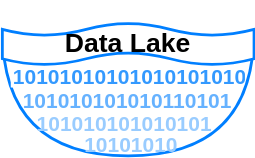
lizhebio/doc-ANNOVAR keeps this draw.io diagram as datalake.svg. Above is the earlier version. Source tidied: cells renumbered, new cells last; positions are measured from the earlier drawing's top-left corner, leaving out a move shared by most shapes.
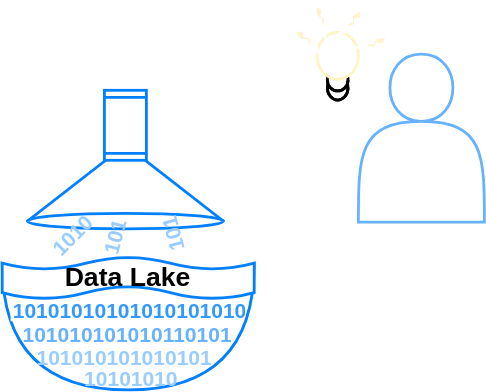
Above is the later version.

The edit, as a diff of the source:
```diff
@@ -2,6 +2,9 @@
   <root>
     <mxCell id="0" />
     <mxCell id="1" parent="0" />
+    <mxCell id="11" style="verticalLabelPosition=bottom;verticalAlign=top;html=1;shape=mxgraph.basic.cone;fontSize=19;fontColor=#66B2FF;strokeColor=#007FFF;strokeWidth=2;" parent="1" vertex="1">
+      <mxGeometry x="18" y="-80" width="140" height="60" as="geometry" />
+    </mxCell>
     <mxCell id="2" style="group;" parent="1" vertex="1">
       <mxGeometry width="180" height="95" as="geometry" />
     </mxCell>
@@ -29,5 +32,44 @@
     <mxCell id="10" value="&lt;h4&gt;&lt;b&gt;&lt;font style=&quot;font-size: 19px;&quot; color=&quot;#000000&quot;&gt;Data Lake&lt;/font&gt;&lt;/b&gt;&lt;/h4&gt;" style="text;html=1;strokeColor=none;fillColor=none;align=center;verticalAlign=middle;whiteSpace=wrap;rounded=0;fontSize=15;fontColor=#3399FF;" parent="2" vertex="1">
       <mxGeometry x="37" width="106" height="30" as="geometry" />
     </mxCell>
+    <mxCell id="12" style="shape=process;whiteSpace=wrap;html=1;backgroundOutline=1;fontSize=19;fontColor=#66B2FF;strokeColor=#007FFF;strokeWidth=2;direction=south;" parent="1" vertex="1">
+      <mxGeometry x="73" y="-119" width="30" height="50" as="geometry" />
+    </mxCell>
+    <mxCell id="13" value="&lt;h1&gt;&lt;font color=&quot;#99ccff&quot; style=&quot;font-size: 15px;&quot;&gt;1010&lt;/font&gt;&lt;/h1&gt;" style="text;html=1;strokeColor=none;fillColor=none;spacing=5;spacingTop=-20;whiteSpace=wrap;overflow=hidden;rounded=0;rotation=-45;" parent="1" vertex="1">
+      <mxGeometry x="22.7" y="-36.7" width="48" height="30" as="geometry" />
+    </mxCell>
+    <mxCell id="14" value="&lt;h1&gt;&lt;font color=&quot;#99ccff&quot; style=&quot;font-size: 15px;&quot;&gt;101&lt;/font&gt;&lt;/h1&gt;" style="text;html=1;strokeColor=none;fillColor=none;spacing=5;spacingTop=-20;whiteSpace=wrap;overflow=hidden;rounded=0;rotation=-75;" parent="1" vertex="1">
+      <mxGeometry x="56" y="-32" width="36" height="30" as="geometry" />
+    </mxCell>
+    <mxCell id="15" value="&lt;h1&gt;&lt;font color=&quot;#99ccff&quot; style=&quot;font-size: 15px;&quot;&gt;101&lt;/font&gt;&lt;/h1&gt;" style="text;html=1;strokeColor=none;fillColor=none;spacing=5;spacingTop=-20;whiteSpace=wrap;overflow=hidden;rounded=0;rotation=-105;" parent="1" vertex="1">
+      <mxGeometry x="97" y="-30" width="36" height="30" as="geometry" />
+    </mxCell>
+    <mxCell id="16" style="group;" parent="1" vertex="1">
+      <mxGeometry x="206" y="-182" width="138.4" height="157.2" as="geometry" />
+    </mxCell>
+    <mxCell id="17" style="shape=cylinder3;whiteSpace=wrap;html=1;boundedLbl=1;backgroundOutline=1;size=15;fontSize=19;fontColor=#66B2FF;strokeColor=#000000;strokeWidth=2;" parent="16" vertex="1">
+      <mxGeometry x="26.2" y="52.2" width="14.8" height="17.8" as="geometry" />
+    </mxCell>
+    <mxCell id="18" style="shape=cylinder3;whiteSpace=wrap;html=1;boundedLbl=1;backgroundOutline=1;size=15;fontSize=19;fontColor=#66B2FF;strokeColor=#000000;strokeWidth=2;" parent="16" vertex="1">
+      <mxGeometry x="26.2" y="47.8" width="14.8" height="15.6" as="geometry" />
+    </mxCell>
+    <mxCell id="19" style="strokeWidth=2;html=1;shape=mxgraph.flowchart.start_1;whiteSpace=wrap;fontSize=19;fillColor=#FFFFFF;strokeColor=#FFF4C3;" parent="16" vertex="1">
+      <mxGeometry x="18.9" y="21.6" width="29.6" height="33.5" as="geometry" />
+    </mxCell>
+    <mxCell id="20" style="verticalLabelPosition=bottom;verticalAlign=top;html=1;shape=mxgraph.basic.flash;fontSize=19;strokeColor=#FFFFFF;strokeWidth=2;rotation=30;fillColor=#fff2cc;" parent="16" vertex="1">
+      <mxGeometry x="41" y="3" width="7.4" height="22.3" as="geometry" />
+    </mxCell>
+    <mxCell id="21" style="verticalLabelPosition=bottom;verticalAlign=top;html=1;shape=mxgraph.basic.flash;fontSize=19;strokeColor=#FFFFFF;strokeWidth=2;rotation=60;fillColor=#fff2cc;" parent="16" vertex="1">
+      <mxGeometry x="55.8" y="19" width="7.4" height="22.3" as="geometry" />
+    </mxCell>
+    <mxCell id="22" style="verticalLabelPosition=bottom;verticalAlign=top;html=1;shape=mxgraph.basic.flash;fontSize=19;strokeColor=#FFFFFF;strokeWidth=2;rotation=-30;fillColor=#fff2cc;" parent="16" vertex="1">
+      <mxGeometry x="18.9" y="0.4" width="7.4" height="22.3" as="geometry" />
+    </mxCell>
+    <mxCell id="23" style="verticalLabelPosition=bottom;verticalAlign=top;html=1;shape=mxgraph.basic.flash;fontSize=19;strokeColor=#FFFFFF;strokeWidth=2;rotation=-60;fillColor=#fff2cc;" parent="16" vertex="1">
+      <mxGeometry x="7.8" y="14.9" width="7.4" height="22.3" as="geometry" />
+    </mxCell>
+    <mxCell id="24" style="shape=actor;whiteSpace=wrap;html=1;fontSize=19;fontColor=#66B2FF;strokeColor=#66B2FF;strokeWidth=2;fillColor=#FFFFFF;" parent="16" vertex="1">
+      <mxGeometry x="48.4" y="37.2" width="90" height="120" as="geometry" />
+    </mxCell>
   </root>
 </mxGraphModel>
```
